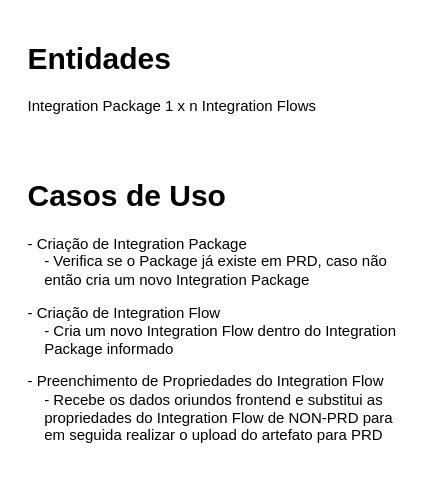
gabriel-rodrigues-f/sap-cloud-integration-architectural-diagrams keeps this draw.io diagram as page "Backend" (1 of 6) of cpi-publisher-diagram.drawio. Above is the earlier version. Source tidied: cells renumbered, new cells numbered last; positions are measured from the earlier drawing's top-left corner, leaving out a move shared by most shapes. Both pictures are drawn from the tidied source at 125%, with x=0, y=0 at pixel (21, 34).
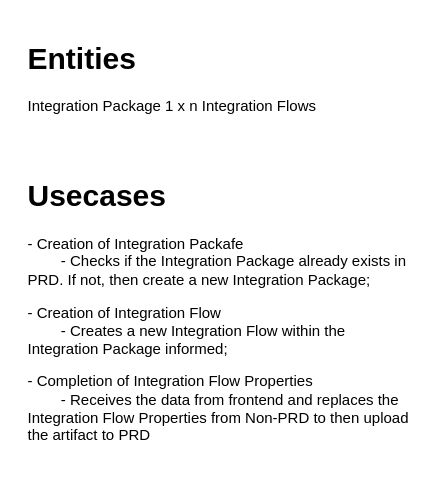
The same diagram, later.

The edit, as a diff of the source:
```diff
@@
 <mxGraphModel>
   <root>
     <mxCell id="0" />
     <mxCell id="1" parent="0" />
-    <mxCell id="2" value="&lt;h1&gt;Entidades&lt;/h1&gt;&lt;p&gt;Integration Package 1 x n&lt;span style=&quot;background-color: initial;&quot;&gt;&amp;nbsp;Integration Flows&lt;/span&gt;&lt;/p&gt;" style="text;html=1;strokeColor=none;fillColor=none;spacing=5;spacingTop=-20;whiteSpace=wrap;overflow=hidden;rounded=0;" parent="1" vertex="1">
+    <mxCell id="2" value="&lt;h1&gt;Entities&lt;/h1&gt;&lt;p&gt;Integration Package 1 x n&lt;span style=&quot;background-color: initial;&quot;&gt;&amp;nbsp;Integration Flows&lt;/span&gt;&lt;/p&gt;" style="text;html=1;strokeColor=none;fillColor=none;spacing=5;spacingTop=-20;whiteSpace=wrap;overflow=hidden;rounded=0;" parent="1" vertex="1">
       <mxGeometry width="320" height="90" as="geometry" />
     </mxCell>
-    <mxCell id="3" value="&lt;h1&gt;Casos de Uso&lt;/h1&gt;&lt;p&gt;- Criação de Integration Package&lt;br&gt;&amp;nbsp; &amp;nbsp; - Verifica se o Package já existe em PRD, caso não&lt;br&gt;&amp;nbsp; &amp;nbsp; então cria um novo Integration Package&lt;/p&gt;&lt;p&gt;- Criação de Integration Flow&lt;br&gt;&amp;nbsp; &amp;nbsp; - Cria um novo Integration Flow dentro do Integration&lt;br&gt;&amp;nbsp; &amp;nbsp; Package informado&lt;/p&gt;&lt;p&gt;- Preenchimento de Propriedades do Integration Flow&lt;br&gt;&amp;nbsp; &amp;nbsp; - Recebe os dados oriundos frontend e substitui as&lt;br&gt;&amp;nbsp; &amp;nbsp; propriedades do Integration Flow de NON-PRD para&lt;br&gt;&amp;nbsp; &amp;nbsp; em seguida realizar o upload do artefato para PRD&lt;/p&gt;" style="text;html=1;strokeColor=none;fillColor=none;spacing=5;spacingTop=-20;whiteSpace=wrap;overflow=hidden;rounded=0;" parent="1" vertex="1">
+    <mxCell id="3" value="&lt;h1&gt;Usecases&lt;/h1&gt;&lt;p&gt;- Creation of Integration Packafe&lt;br&gt;&lt;span style=&quot;white-space: pre;&quot;&gt;&#9;&lt;/span&gt;- Checks if the Integration Package already exists in PRD. If not, then create a new Integration Package;&lt;br&gt;&lt;/p&gt;&lt;p&gt;- Creation of Integration Flow&lt;br&gt;&lt;span style=&quot;white-space: pre;&quot;&gt;&#9;&lt;/span&gt;- Creates a new Integration Flow within the Integration Package informed;&lt;br&gt;&lt;/p&gt;&lt;p&gt;- Completion of Integration Flow Properties&lt;br&gt;&lt;span style=&quot;white-space: pre;&quot;&gt;&#9;&lt;/span&gt;- Receives the data from frontend and replaces the Integration Flow Properties from Non-PRD to then upload the artifact to PRD&lt;br&gt;&lt;/p&gt;" style="text;html=1;strokeColor=none;fillColor=none;spacing=5;spacingTop=-20;whiteSpace=wrap;overflow=hidden;rounded=0;" parent="1" vertex="1">
       <mxGeometry y="110" width="320" height="240" as="geometry" />
     </mxCell>
   </root>
 </mxGraphModel>
```
